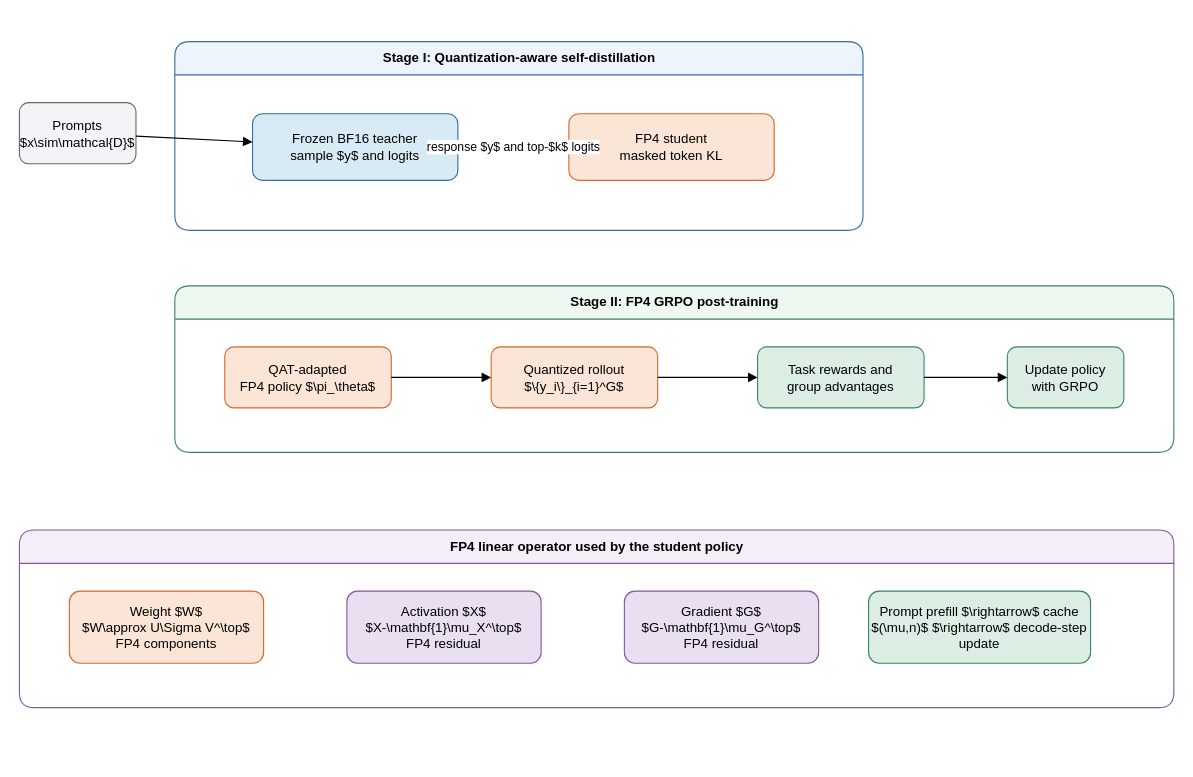
Earlier version of the draw.io diagram AuthorKit27/Figures/fp4_post_training_pipeline.drawio (decisivemoments/fp4-post). Source tidied: cells renumbered, new cells numbered last; positions are measured from the earlier drawing's top-left corner, leaving out a move shared by most shapes. Both pictures are drawn from the tidied source at 111%, with x=0, y=0 at pixel (19, 41).
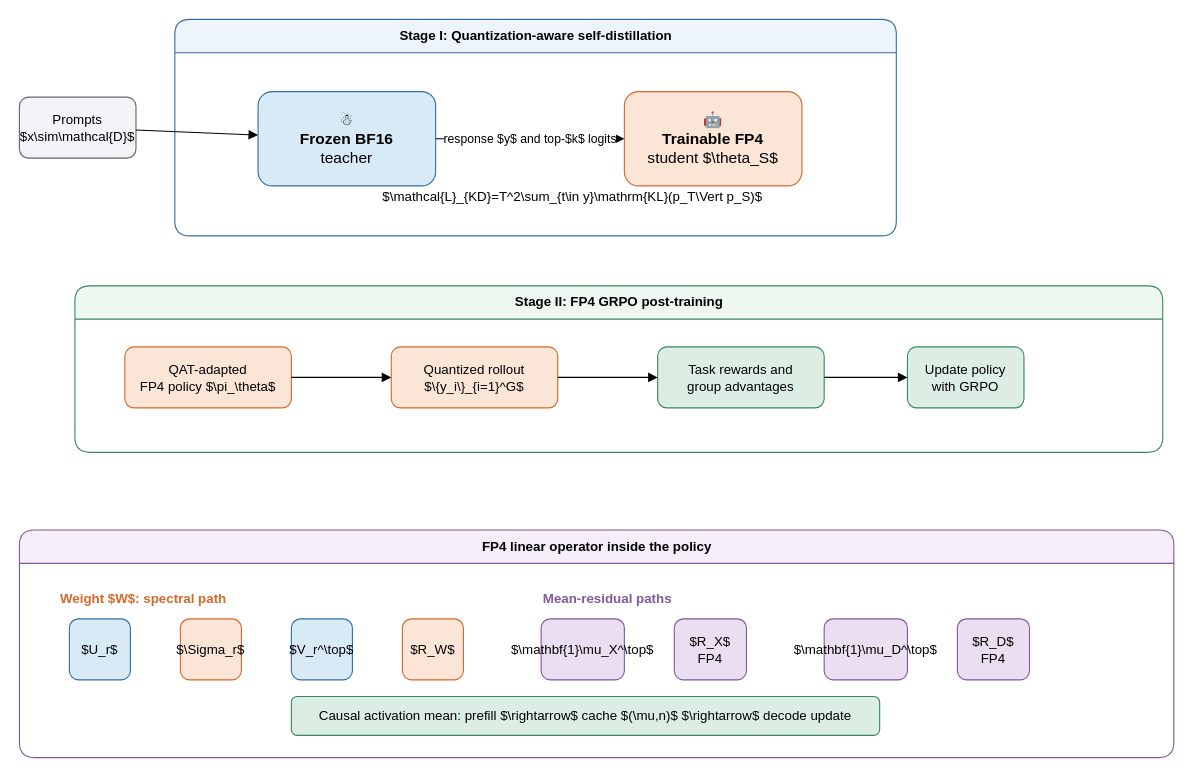
The same diagram, later.

Diff of the diagram source:
```diff
@@
     <mxCell id="2" value="Stage I: Quantization-aware self-distillation" style="swimlane;rounded=1;html=1;fillColor=#edf4fb;strokeColor=#346da3;fontStyle=1;horizontal=1;startSize=30;" parent="1" vertex="1">
-      <mxGeometry x="140" width="620" height="170" as="geometry" />
+      <mxGeometry x="140" y="-20" width="650" height="195" as="geometry" />
     </mxCell>
     <mxCell id="3" value="Prompts&lt;br&gt;$x\sim\mathcal{D}$" style="rounded=1;whiteSpace=wrap;html=1;fillColor=#f2f4f7;strokeColor=#666666;" parent="1" vertex="1">
-      <mxGeometry y="55" width="105" height="55" as="geometry" />
+      <mxGeometry y="50" width="105" height="55" as="geometry" />
     </mxCell>
-    <mxCell id="4" value="Frozen BF16 teacher&lt;br&gt;sample $y$ and logits" style="rounded=1;whiteSpace=wrap;html=1;fillColor=#d9eaf7;strokeColor=#346da3;" parent="2" vertex="1">
-      <mxGeometry x="70" y="65" width="185" height="60" as="geometry" />
+    <mxCell id="4" value="☃&lt;br&gt;&lt;b&gt;Frozen BF16&lt;/b&gt;&lt;br&gt;teacher" style="rounded=1;whiteSpace=wrap;html=1;fillColor=#d9eaf7;strokeColor=#346da3;fontSize=14;" parent="2" vertex="1">
+      <mxGeometry x="75" y="65" width="160" height="85" as="geometry" />
     </mxCell>
-    <mxCell id="5" value="FP4 student&lt;br&gt;masked token KL" style="rounded=1;whiteSpace=wrap;html=1;fillColor=#fbe5d6;strokeColor=#d5682c;" parent="2" vertex="1">
-      <mxGeometry x="355" y="65" width="185" height="60" as="geometry" />
+    <mxCell id="5" value="🤖&lt;br&gt;&lt;b&gt;Trainable FP4&lt;/b&gt;&lt;br&gt;student $\theta_S$" style="rounded=1;whiteSpace=wrap;html=1;fillColor=#fbe5d6;strokeColor=#d5682c;fontSize=14;" parent="2" vertex="1">
+      <mxGeometry x="405" y="65" width="160" height="85" as="geometry" />
     </mxCell>
+    <mxCell id="21" value="$\mathcal{L}_{KD}=T^2\sum_{t\in y}\mathrm{KL}(p_T\Vert p_S)$" style="text;html=1;align=center;verticalAlign=middle;" parent="2" vertex="1">
+      <mxGeometry x="235" y="145" width="245" height="30" as="geometry" />
+    </mxCell>
     <mxCell id="6" value="Stage II: FP4 GRPO post-training" style="swimlane;rounded=1;html=1;fillColor=#eef8f1;strokeColor=#398561;fontStyle=1;horizontal=1;startSize=30;" parent="1" vertex="1">
-      <mxGeometry x="140" y="220" width="900" height="150" as="geometry" />
+      <mxGeometry x="50" y="220" width="980" height="150" as="geometry" />
     </mxCell>
@@
-    <mxCell id="11" value="FP4 linear operator used by the student policy" style="swimlane;rounded=1;html=1;fillColor=#f4eef8;strokeColor=#81599c;fontStyle=1;horizontal=1;startSize=30;" parent="1" vertex="1">
-      <mxGeometry y="440" width="1040" height="160" as="geometry" />
+    <mxCell id="11" value="FP4 linear operator inside the policy" style="swimlane;rounded=1;html=1;fillColor=#f4eef8;strokeColor=#81599c;fontStyle=1;horizontal=1;startSize=30;" parent="1" vertex="1">
+      <mxGeometry y="440" width="1040" height="205" as="geometry" />
     </mxCell>
-    <mxCell id="12" value="Weight $W$&lt;br&gt;$W\approx U\Sigma V^\top$&lt;br&gt;FP4 components" style="rounded=1;whiteSpace=wrap;html=1;fillColor=#fbe5d6;strokeColor=#d5682c;" parent="11" vertex="1">
-      <mxGeometry x="45" y="55" width="175" height="65" as="geometry" />
-    </mxCell>
-    <mxCell id="13" value="Activation $X$&lt;br&gt;$X-\mathbf{1}\mu_X^\top$&lt;br&gt;FP4 residual" style="rounded=1;whiteSpace=wrap;html=1;fillColor=#eadff1;strokeColor=#81599c;" parent="11" vertex="1">
-      <mxGeometry x="295" y="55" width="175" height="65" as="geometry" />
-    </mxCell>
-    <mxCell id="14" value="Gradient $G$&lt;br&gt;$G-\mathbf{1}\mu_G^\top$&lt;br&gt;FP4 residual" style="rounded=1;whiteSpace=wrap;html=1;fillColor=#eadff1;strokeColor=#81599c;" parent="11" vertex="1">
-      <mxGeometry x="545" y="55" width="175" height="65" as="geometry" />
-    </mxCell>
+    <mxCell id="22" value="Weight $W$: spectral path" style="text;html=1;fontStyle=1;fontColor=#d5682c;" parent="11" vertex="1">
+      <mxGeometry x="35" y="48" width="240" height="20" as="geometry" />
+    </mxCell>
+    <mxCell id="23" value="$U_r$" style="rounded=1;whiteSpace=wrap;html=1;fillColor=#d9eaf7;strokeColor=#346da3;" parent="11" vertex="1">
+      <mxGeometry x="45" y="80" width="55" height="55" as="geometry" />
+    </mxCell>
+    <mxCell id="24" value="$\Sigma_r$" style="rounded=1;whiteSpace=wrap;html=1;fillColor=#fbe5d6;strokeColor=#d5682c;" parent="11" vertex="1">
+      <mxGeometry x="145" y="80" width="55" height="55" as="geometry" />
+    </mxCell>
+    <mxCell id="25" value="$V_r^\top$" style="rounded=1;whiteSpace=wrap;html=1;fillColor=#d9eaf7;strokeColor=#346da3;" parent="11" vertex="1">
+      <mxGeometry x="245" y="80" width="55" height="55" as="geometry" />
+    </mxCell>
+    <mxCell id="26" value="$R_W$" style="rounded=1;whiteSpace=wrap;html=1;fillColor=#fbe5d6;strokeColor=#d5682c;" parent="11" vertex="1">
+      <mxGeometry x="345" y="80" width="55" height="55" as="geometry" />
+    </mxCell>
+    <mxCell id="27" value="Mean-residual paths" style="text;html=1;fontStyle=1;fontColor=#81599c;" parent="11" vertex="1">
+      <mxGeometry x="470" y="48" width="240" height="20" as="geometry" />
+    </mxCell>
+    <mxCell id="28" value="$\mathbf{1}\mu_X^\top$" style="rounded=1;whiteSpace=wrap;html=1;fillColor=#eadff1;strokeColor=#81599c;" parent="11" vertex="1">
+      <mxGeometry x="470" y="80" width="75" height="55" as="geometry" />
+    </mxCell>
+    <mxCell id="29" value="$R_X$&lt;br&gt;FP4" style="rounded=1;whiteSpace=wrap;html=1;fillColor=#eadff1;strokeColor=#81599c;" parent="11" vertex="1">
+      <mxGeometry x="590" y="80" width="65" height="55" as="geometry" />
+    </mxCell>
+    <mxCell id="30" value="$\mathbf{1}\mu_D^\top$" style="rounded=1;whiteSpace=wrap;html=1;fillColor=#eadff1;strokeColor=#81599c;" parent="11" vertex="1">
+      <mxGeometry x="725" y="80" width="75" height="55" as="geometry" />
+    </mxCell>
+    <mxCell id="31" value="$R_D$&lt;br&gt;FP4" style="rounded=1;whiteSpace=wrap;html=1;fillColor=#eadff1;strokeColor=#81599c;" parent="11" vertex="1">
+      <mxGeometry x="845" y="80" width="65" height="55" as="geometry" />
+    </mxCell>
-    <mxCell id="15" value="Prompt prefill $\rightarrow$ cache $(\mu,n)$ $\rightarrow$ decode-step update" style="rounded=1;whiteSpace=wrap;html=1;fillColor=#dceee3;strokeColor=#398561;" parent="11" vertex="1">
-      <mxGeometry x="765" y="55" width="200" height="65" as="geometry" />
+    <mxCell id="15" value="Causal activation mean: prefill $\rightarrow$ cache $(\mu,n)$ $\rightarrow$ decode update" style="rounded=1;whiteSpace=wrap;html=1;fillColor=#dceee3;strokeColor=#398561;" parent="11" vertex="1">
+      <mxGeometry x="245" y="150" width="530" height="35" as="geometry" />
     </mxCell>
```
